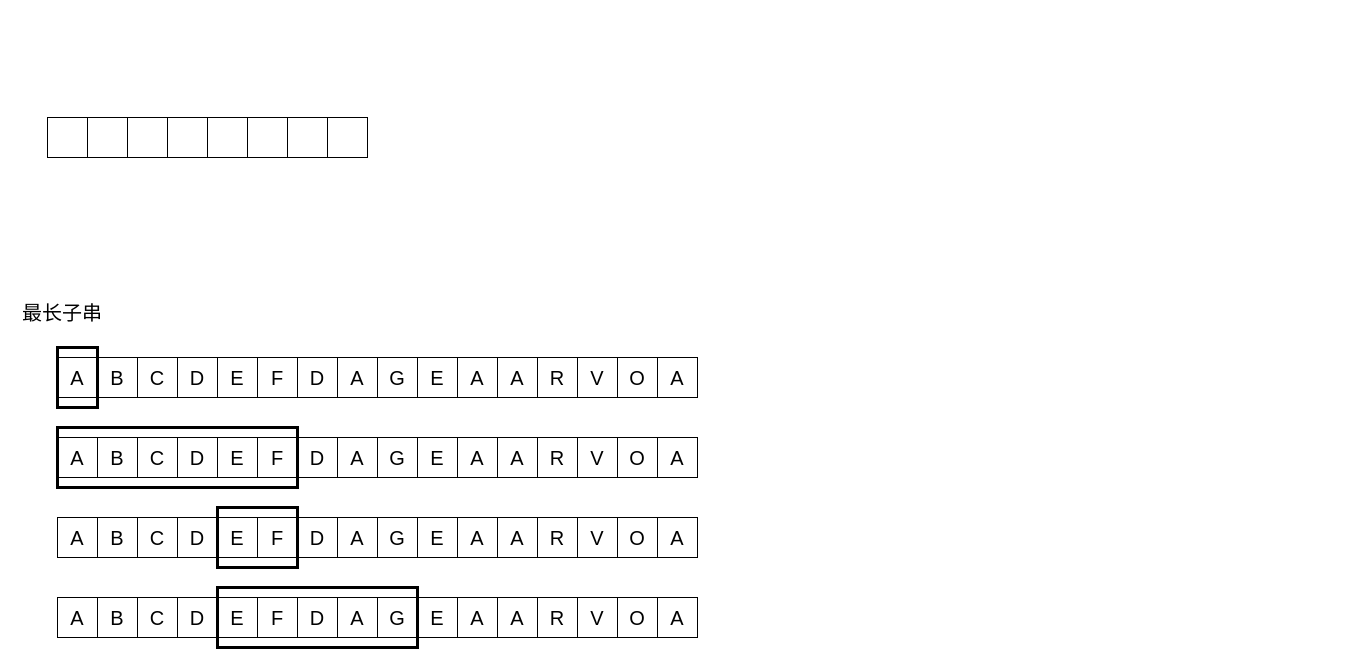
Earlier version of the draw.io diagram 数据结构.drawio (WFTGF2024/UML). Source tidied: cells renumbered, new cells numbered last; positions are measured from the earlier drawing's top-left corner, leaving out a move shared by most shapes. Both pictures are drawn from the tidied source at 100%, with x=0, y=0 at pixel (17, 117).
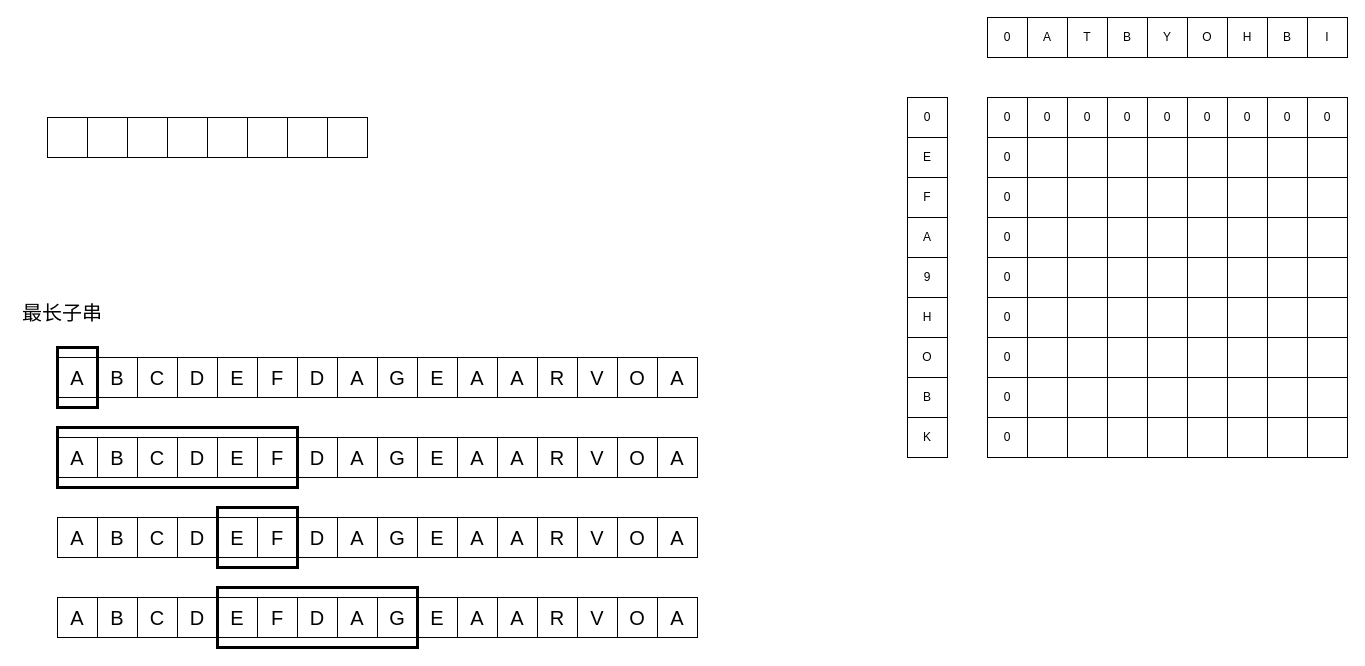
The same diagram, later.

Commit message (it also covers changes not shown here):
更新数据结构.drawio

What changed in the source:
```diff
@@
+    <mxCell id="79" value="0" style="rounded=0;whiteSpace=wrap;html=1;" parent="1" vertex="1">
+      <mxGeometry x="970" y="-20" width="40" height="40" as="geometry" />
+    </mxCell>
+    <mxCell id="80" value="0" style="rounded=0;whiteSpace=wrap;html=1;" parent="1" vertex="1">
+      <mxGeometry x="1010" y="-20" width="40" height="40" as="geometry" />
+    </mxCell>
+    <mxCell id="81" value="0" style="rounded=0;whiteSpace=wrap;html=1;" parent="1" vertex="1">
+      <mxGeometry x="1050" y="-20" width="40" height="40" as="geometry" />
+    </mxCell>
+    <mxCell id="82" value="0" style="rounded=0;whiteSpace=wrap;html=1;" parent="1" vertex="1">
+      <mxGeometry x="1090" y="-20" width="40" height="40" as="geometry" />
+    </mxCell>
+    <mxCell id="83" value="0" style="rounded=0;whiteSpace=wrap;html=1;" parent="1" vertex="1">
+      <mxGeometry x="1130" y="-20" width="40" height="40" as="geometry" />
+    </mxCell>
+    <mxCell id="84" value="0" style="rounded=0;whiteSpace=wrap;html=1;" parent="1" vertex="1">
+      <mxGeometry x="1170" y="-20" width="40" height="40" as="geometry" />
+    </mxCell>
+    <mxCell id="85" value="0" style="rounded=0;whiteSpace=wrap;html=1;" parent="1" vertex="1">
+      <mxGeometry x="1210" y="-20" width="40" height="40" as="geometry" />
+    </mxCell>
+    <mxCell id="86" value="0" style="rounded=0;whiteSpace=wrap;html=1;" parent="1" vertex="1">
+      <mxGeometry x="1250" y="-20" width="40" height="40" as="geometry" />
+    </mxCell>
+    <mxCell id="87" value="0" style="rounded=0;whiteSpace=wrap;html=1;" parent="1" vertex="1">
+      <mxGeometry x="970" y="20" width="40" height="40" as="geometry" />
+    </mxCell>
+    <mxCell id="88" style="rounded=0;whiteSpace=wrap;html=1;" parent="1" vertex="1">
+      <mxGeometry x="1010" y="20" width="40" height="40" as="geometry" />
+    </mxCell>
+    <mxCell id="89" style="rounded=0;whiteSpace=wrap;html=1;" parent="1" vertex="1">
+      <mxGeometry x="1050" y="20" width="40" height="40" as="geometry" />
+    </mxCell>
+    <mxCell id="90" style="rounded=0;whiteSpace=wrap;html=1;" parent="1" vertex="1">
+      <mxGeometry x="1090" y="20" width="40" height="40" as="geometry" />
+    </mxCell>
+    <mxCell id="91" style="rounded=0;whiteSpace=wrap;html=1;" parent="1" vertex="1">
+      <mxGeometry x="1130" y="20" width="40" height="40" as="geometry" />
+    </mxCell>
+    <mxCell id="92" style="rounded=0;whiteSpace=wrap;html=1;" parent="1" vertex="1">
+      <mxGeometry x="1170" y="20" width="40" height="40" as="geometry" />
+    </mxCell>
+    <mxCell id="93" style="rounded=0;whiteSpace=wrap;html=1;" parent="1" vertex="1">
+      <mxGeometry x="1210" y="20" width="40" height="40" as="geometry" />
+    </mxCell>
+    <mxCell id="94" style="rounded=0;whiteSpace=wrap;html=1;" parent="1" vertex="1">
+      <mxGeometry x="1250" y="20" width="40" height="40" as="geometry" />
+    </mxCell>
+    <mxCell id="95" value="0" style="rounded=0;whiteSpace=wrap;html=1;" parent="1" vertex="1">
+      <mxGeometry x="970" y="60" width="40" height="40" as="geometry" />
+    </mxCell>
+    <mxCell id="96" style="rounded=0;whiteSpace=wrap;html=1;" parent="1" vertex="1">
+      <mxGeometry x="1010" y="60" width="40" height="40" as="geometry" />
+    </mxCell>
+    <mxCell id="97" style="rounded=0;whiteSpace=wrap;html=1;" parent="1" vertex="1">
+      <mxGeometry x="1050" y="60" width="40" height="40" as="geometry" />
+    </mxCell>
+    <mxCell id="98" style="rounded=0;whiteSpace=wrap;html=1;" parent="1" vertex="1">
+      <mxGeometry x="1090" y="60" width="40" height="40" as="geometry" />
+    </mxCell>
+    <mxCell id="99" style="rounded=0;whiteSpace=wrap;html=1;" parent="1" vertex="1">
+      <mxGeometry x="1130" y="60" width="40" height="40" as="geometry" />
+    </mxCell>
+    <mxCell id="100" style="rounded=0;whiteSpace=wrap;html=1;" parent="1" vertex="1">
+      <mxGeometry x="1170" y="60" width="40" height="40" as="geometry" />
+    </mxCell>
+    <mxCell id="101" style="rounded=0;whiteSpace=wrap;html=1;" parent="1" vertex="1">
+      <mxGeometry x="1210" y="60" width="40" height="40" as="geometry" />
+    </mxCell>
+    <mxCell id="102" style="rounded=0;whiteSpace=wrap;html=1;" parent="1" vertex="1">
+      <mxGeometry x="1250" y="60" width="40" height="40" as="geometry" />
+    </mxCell>
+    <mxCell id="103" value="0" style="rounded=0;whiteSpace=wrap;html=1;" parent="1" vertex="1">
+      <mxGeometry x="970" y="100" width="40" height="40" as="geometry" />
+    </mxCell>
+    <mxCell id="104" style="rounded=0;whiteSpace=wrap;html=1;" parent="1" vertex="1">
+      <mxGeometry x="1010" y="100" width="40" height="40" as="geometry" />
+    </mxCell>
+    <mxCell id="105" style="rounded=0;whiteSpace=wrap;html=1;" parent="1" vertex="1">
+      <mxGeometry x="1050" y="100" width="40" height="40" as="geometry" />
+    </mxCell>
+    <mxCell id="106" style="rounded=0;whiteSpace=wrap;html=1;" parent="1" vertex="1">
+      <mxGeometry x="1090" y="100" width="40" height="40" as="geometry" />
+    </mxCell>
+    <mxCell id="107" style="rounded=0;whiteSpace=wrap;html=1;" parent="1" vertex="1">
+      <mxGeometry x="1130" y="100" width="40" height="40" as="geometry" />
+    </mxCell>
+    <mxCell id="108" style="rounded=0;whiteSpace=wrap;html=1;" parent="1" vertex="1">
+      <mxGeometry x="1170" y="100" width="40" height="40" as="geometry" />
+    </mxCell>
+    <mxCell id="109" style="rounded=0;whiteSpace=wrap;html=1;" parent="1" vertex="1">
+      <mxGeometry x="1210" y="100" width="40" height="40" as="geometry" />
+    </mxCell>
+    <mxCell id="110" style="rounded=0;whiteSpace=wrap;html=1;" parent="1" vertex="1">
+      <mxGeometry x="1250" y="100" width="40" height="40" as="geometry" />
+    </mxCell>
+    <mxCell id="111" value="0" style="rounded=0;whiteSpace=wrap;html=1;" parent="1" vertex="1">
+      <mxGeometry x="970" y="140" width="40" height="40" as="geometry" />
+    </mxCell>
+    <mxCell id="112" style="rounded=0;whiteSpace=wrap;html=1;" parent="1" vertex="1">
+      <mxGeometry x="1010" y="140" width="40" height="40" as="geometry" />
+    </mxCell>
+    <mxCell id="113" style="rounded=0;whiteSpace=wrap;html=1;" parent="1" vertex="1">
+      <mxGeometry x="1050" y="140" width="40" height="40" as="geometry" />
+    </mxCell>
+    <mxCell id="114" style="rounded=0;whiteSpace=wrap;html=1;" parent="1" vertex="1">
+      <mxGeometry x="1090" y="140" width="40" height="40" as="geometry" />
+    </mxCell>
+    <mxCell id="115" style="rounded=0;whiteSpace=wrap;html=1;" parent="1" vertex="1">
+      <mxGeometry x="1130" y="140" width="40" height="40" as="geometry" />
+    </mxCell>
+    <mxCell id="116" style="rounded=0;whiteSpace=wrap;html=1;" parent="1" vertex="1">
+      <mxGeometry x="1170" y="140" width="40" height="40" as="geometry" />
+    </mxCell>
+    <mxCell id="117" style="rounded=0;whiteSpace=wrap;html=1;" parent="1" vertex="1">
+      <mxGeometry x="1210" y="140" width="40" height="40" as="geometry" />
+    </mxCell>
+    <mxCell id="118" style="rounded=0;whiteSpace=wrap;html=1;" parent="1" vertex="1">
+      <mxGeometry x="1250" y="140" width="40" height="40" as="geometry" />
+    </mxCell>
+    <mxCell id="119" value="0" style="rounded=0;whiteSpace=wrap;html=1;" parent="1" vertex="1">
+      <mxGeometry x="970" y="180" width="40" height="40" as="geometry" />
+    </mxCell>
+    <mxCell id="120" style="rounded=0;whiteSpace=wrap;html=1;" parent="1" vertex="1">
+      <mxGeometry x="1010" y="180" width="40" height="40" as="geometry" />
+    </mxCell>
+    <mxCell id="121" style="rounded=0;whiteSpace=wrap;html=1;" parent="1" vertex="1">
+      <mxGeometry x="1050" y="180" width="40" height="40" as="geometry" />
+    </mxCell>
+    <mxCell id="122" style="rounded=0;whiteSpace=wrap;html=1;" parent="1" vertex="1">
+      <mxGeometry x="1090" y="180" width="40" height="40" as="geometry" />
+    </mxCell>
+    <mxCell id="123" style="rounded=0;whiteSpace=wrap;html=1;" parent="1" vertex="1">
+      <mxGeometry x="1130" y="180" width="40" height="40" as="geometry" />
+    </mxCell>
+    <mxCell id="124" style="rounded=0;whiteSpace=wrap;html=1;" parent="1" vertex="1">
+      <mxGeometry x="1170" y="180" width="40" height="40" as="geometry" />
+    </mxCell>
+    <mxCell id="125" style="rounded=0;whiteSpace=wrap;html=1;" parent="1" vertex="1">
+      <mxGeometry x="1210" y="180" width="40" height="40" as="geometry" />
+    </mxCell>
+    <mxCell id="126" style="rounded=0;whiteSpace=wrap;html=1;" parent="1" vertex="1">
+      <mxGeometry x="1250" y="180" width="40" height="40" as="geometry" />
+    </mxCell>
+    <mxCell id="127" value="0" style="rounded=0;whiteSpace=wrap;html=1;" parent="1" vertex="1">
+      <mxGeometry x="970" y="220" width="40" height="40" as="geometry" />
+    </mxCell>
+    <mxCell id="128" style="rounded=0;whiteSpace=wrap;html=1;" parent="1" vertex="1">
+      <mxGeometry x="1010" y="220" width="40" height="40" as="geometry" />
+    </mxCell>
+    <mxCell id="129" style="rounded=0;whiteSpace=wrap;html=1;" parent="1" vertex="1">
+      <mxGeometry x="1050" y="220" width="40" height="40" as="geometry" />
+    </mxCell>
+    <mxCell id="130" style="rounded=0;whiteSpace=wrap;html=1;" parent="1" vertex="1">
+      <mxGeometry x="1090" y="220" width="40" height="40" as="geometry" />
+    </mxCell>
+    <mxCell id="131" style="rounded=0;whiteSpace=wrap;html=1;" parent="1" vertex="1">
+      <mxGeometry x="1130" y="220" width="40" height="40" as="geometry" />
+    </mxCell>
+    <mxCell id="132" style="rounded=0;whiteSpace=wrap;html=1;" parent="1" vertex="1">
+      <mxGeometry x="1170" y="220" width="40" height="40" as="geometry" />
+    </mxCell>
+    <mxCell id="133" style="rounded=0;whiteSpace=wrap;html=1;" parent="1" vertex="1">
+      <mxGeometry x="1210" y="220" width="40" height="40" as="geometry" />
+    </mxCell>
+    <mxCell id="134" style="rounded=0;whiteSpace=wrap;html=1;" parent="1" vertex="1">
+      <mxGeometry x="1250" y="220" width="40" height="40" as="geometry" />
+    </mxCell>
+    <mxCell id="135" value="0" style="rounded=0;whiteSpace=wrap;html=1;" parent="1" vertex="1">
+      <mxGeometry x="970" y="260" width="40" height="40" as="geometry" />
+    </mxCell>
+    <mxCell id="136" style="rounded=0;whiteSpace=wrap;html=1;" parent="1" vertex="1">
+      <mxGeometry x="1010" y="260" width="40" height="40" as="geometry" />
+    </mxCell>
+    <mxCell id="137" style="rounded=0;whiteSpace=wrap;html=1;" parent="1" vertex="1">
+      <mxGeometry x="1050" y="260" width="40" height="40" as="geometry" />
+    </mxCell>
+    <mxCell id="138" style="rounded=0;whiteSpace=wrap;html=1;" parent="1" vertex="1">
+      <mxGeometry x="1090" y="260" width="40" height="40" as="geometry" />
+    </mxCell>
+    <mxCell id="139" style="rounded=0;whiteSpace=wrap;html=1;" parent="1" vertex="1">
+      <mxGeometry x="1130" y="260" width="40" height="40" as="geometry" />
+    </mxCell>
+    <mxCell id="140" style="rounded=0;whiteSpace=wrap;html=1;" parent="1" vertex="1">
+      <mxGeometry x="1170" y="260" width="40" height="40" as="geometry" />
+    </mxCell>
+    <mxCell id="141" style="rounded=0;whiteSpace=wrap;html=1;" parent="1" vertex="1">
+      <mxGeometry x="1210" y="260" width="40" height="40" as="geometry" />
+    </mxCell>
+    <mxCell id="142" style="rounded=0;whiteSpace=wrap;html=1;" parent="1" vertex="1">
+      <mxGeometry x="1250" y="260" width="40" height="40" as="geometry" />
+    </mxCell>
+    <mxCell id="143" value="A" style="rounded=0;whiteSpace=wrap;html=1;" parent="1" vertex="1">
+      <mxGeometry x="1010" y="-100" width="40" height="40" as="geometry" />
+    </mxCell>
+    <mxCell id="144" value="T" style="rounded=0;whiteSpace=wrap;html=1;" parent="1" vertex="1">
+      <mxGeometry x="1050" y="-100" width="40" height="40" as="geometry" />
+    </mxCell>
+    <mxCell id="145" value="B" style="rounded=0;whiteSpace=wrap;html=1;" parent="1" vertex="1">
+      <mxGeometry x="1090" y="-100" width="40" height="40" as="geometry" />
+    </mxCell>
+    <mxCell id="146" value="Y" style="rounded=0;whiteSpace=wrap;html=1;" parent="1" vertex="1">
+      <mxGeometry x="1130" y="-100" width="40" height="40" as="geometry" />
+    </mxCell>
+    <mxCell id="147" value="O" style="rounded=0;whiteSpace=wrap;html=1;" parent="1" vertex="1">
+      <mxGeometry x="1170" y="-100" width="40" height="40" as="geometry" />
+    </mxCell>
+    <mxCell id="148" value="H" style="rounded=0;whiteSpace=wrap;html=1;" parent="1" vertex="1">
+      <mxGeometry x="1210" y="-100" width="40" height="40" as="geometry" />
+    </mxCell>
+    <mxCell id="149" value="B" style="rounded=0;whiteSpace=wrap;html=1;" parent="1" vertex="1">
+      <mxGeometry x="1250" y="-100" width="40" height="40" as="geometry" />
+    </mxCell>
+    <mxCell id="150" value="I" style="rounded=0;whiteSpace=wrap;html=1;" parent="1" vertex="1">
+      <mxGeometry x="1290" y="-100" width="40" height="40" as="geometry" />
+    </mxCell>
+    <mxCell id="151" value="E" style="rounded=0;whiteSpace=wrap;html=1;" parent="1" vertex="1">
+      <mxGeometry x="890" y="20" width="40" height="40" as="geometry" />
+    </mxCell>
+    <mxCell id="152" value="F" style="rounded=0;whiteSpace=wrap;html=1;" parent="1" vertex="1">
+      <mxGeometry x="890" y="60" width="40" height="40" as="geometry" />
+    </mxCell>
+    <mxCell id="153" value="A" style="rounded=0;whiteSpace=wrap;html=1;" parent="1" vertex="1">
+      <mxGeometry x="890" y="100" width="40" height="40" as="geometry" />
+    </mxCell>
+    <mxCell id="154" value="9" style="rounded=0;whiteSpace=wrap;html=1;" parent="1" vertex="1">
+      <mxGeometry x="890" y="140" width="40" height="40" as="geometry" />
+    </mxCell>
+    <mxCell id="155" value="H" style="rounded=0;whiteSpace=wrap;html=1;" parent="1" vertex="1">
+      <mxGeometry x="890" y="180" width="40" height="40" as="geometry" />
+    </mxCell>
+    <mxCell id="156" value="O" style="rounded=0;whiteSpace=wrap;html=1;" parent="1" vertex="1">
+      <mxGeometry x="890" y="220" width="40" height="40" as="geometry" />
+    </mxCell>
+    <mxCell id="157" value="B" style="rounded=0;whiteSpace=wrap;html=1;" parent="1" vertex="1">
+      <mxGeometry x="890" y="260" width="40" height="40" as="geometry" />
+    </mxCell>
+    <mxCell id="158" value="K" style="rounded=0;whiteSpace=wrap;html=1;" parent="1" vertex="1">
+      <mxGeometry x="890" y="300" width="40" height="40" as="geometry" />
+    </mxCell>
+    <mxCell id="159" value="0" style="rounded=0;whiteSpace=wrap;html=1;" parent="1" vertex="1">
+      <mxGeometry x="1290" y="-20" width="40" height="40" as="geometry" />
+    </mxCell>
+    <mxCell id="160" style="rounded=0;whiteSpace=wrap;html=1;" parent="1" vertex="1">
+      <mxGeometry x="1290" y="20" width="40" height="40" as="geometry" />
+    </mxCell>
+    <mxCell id="161" style="rounded=0;whiteSpace=wrap;html=1;" parent="1" vertex="1">
+      <mxGeometry x="1290" y="60" width="40" height="40" as="geometry" />
+    </mxCell>
+    <mxCell id="162" style="rounded=0;whiteSpace=wrap;html=1;" parent="1" vertex="1">
+      <mxGeometry x="1290" y="100" width="40" height="40" as="geometry" />
+    </mxCell>
+    <mxCell id="163" style="rounded=0;whiteSpace=wrap;html=1;" parent="1" vertex="1">
+      <mxGeometry x="1290" y="140" width="40" height="40" as="geometry" />
+    </mxCell>
+    <mxCell id="164" style="rounded=0;whiteSpace=wrap;html=1;" parent="1" vertex="1">
+      <mxGeometry x="1290" y="180" width="40" height="40" as="geometry" />
+    </mxCell>
+    <mxCell id="165" style="rounded=0;whiteSpace=wrap;html=1;" parent="1" vertex="1">
+      <mxGeometry x="1290" y="220" width="40" height="40" as="geometry" />
+    </mxCell>
+    <mxCell id="166" style="rounded=0;whiteSpace=wrap;html=1;" parent="1" vertex="1">
+      <mxGeometry x="1290" y="260" width="40" height="40" as="geometry" />
+    </mxCell>
+    <mxCell id="167" value="0" style="rounded=0;whiteSpace=wrap;html=1;" parent="1" vertex="1">
+      <mxGeometry x="970" y="300" width="40" height="40" as="geometry" />
+    </mxCell>
+    <mxCell id="168" style="rounded=0;whiteSpace=wrap;html=1;" parent="1" vertex="1">
+      <mxGeometry x="1010" y="300" width="40" height="40" as="geometry" />
+    </mxCell>
+    <mxCell id="169" style="rounded=0;whiteSpace=wrap;html=1;" parent="1" vertex="1">
+      <mxGeometry x="1050" y="300" width="40" height="40" as="geometry" />
+    </mxCell>
+    <mxCell id="170" style="rounded=0;whiteSpace=wrap;html=1;" parent="1" vertex="1">
+      <mxGeometry x="1090" y="300" width="40" height="40" as="geometry" />
+    </mxCell>
+    <mxCell id="171" style="rounded=0;whiteSpace=wrap;html=1;" parent="1" vertex="1">
+      <mxGeometry x="1130" y="300" width="40" height="40" as="geometry" />
+    </mxCell>
+    <mxCell id="172" style="rounded=0;whiteSpace=wrap;html=1;" parent="1" vertex="1">
+      <mxGeometry x="1170" y="300" width="40" height="40" as="geometry" />
+    </mxCell>
+    <mxCell id="173" style="rounded=0;whiteSpace=wrap;html=1;" parent="1" vertex="1">
+      <mxGeometry x="1210" y="300" width="40" height="40" as="geometry" />
+    </mxCell>
+    <mxCell id="174" style="rounded=0;whiteSpace=wrap;html=1;" parent="1" vertex="1">
+      <mxGeometry x="1250" y="300" width="40" height="40" as="geometry" />
+    </mxCell>
+    <mxCell id="175" style="rounded=0;whiteSpace=wrap;html=1;" parent="1" vertex="1">
+      <mxGeometry x="1290" y="300" width="40" height="40" as="geometry" />
+    </mxCell>
+    <mxCell id="176" value="0" style="rounded=0;whiteSpace=wrap;html=1;" parent="1" vertex="1">
+      <mxGeometry x="970" y="-100" width="40" height="40" as="geometry" />
+    </mxCell>
+    <mxCell id="177" value="0" style="rounded=0;whiteSpace=wrap;html=1;" parent="1" vertex="1">
+      <mxGeometry x="890" y="-20" width="40" height="40" as="geometry" />
+    </mxCell>
```
